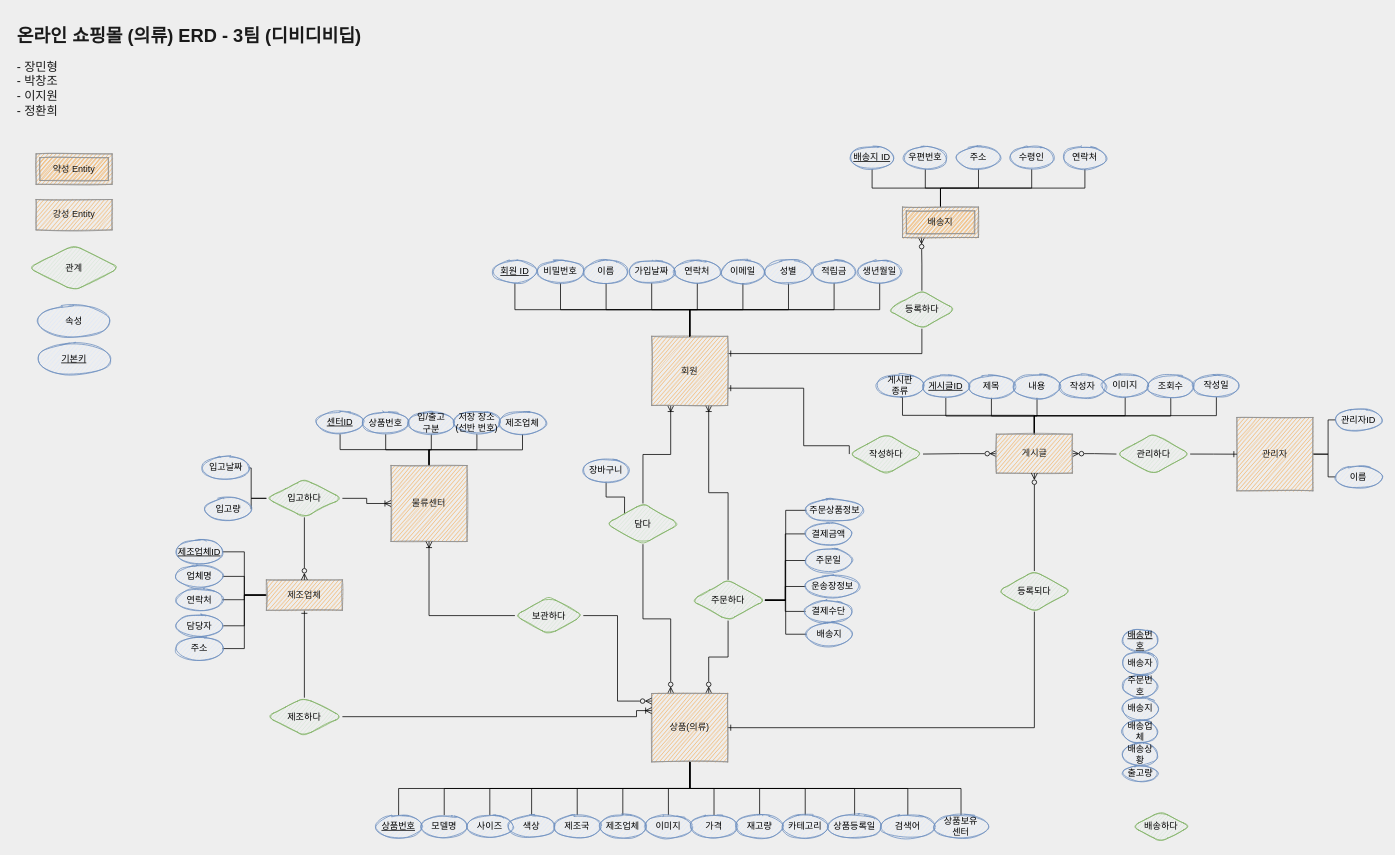
The draw.io diagram page "새로만든ER" (3 of 3) of Untitled Diagram.drawio in pcjo1202/DataBase-design, before the edit. Source tidied: cells renumbered, new cells numbered last; positions are measured from the earlier drawing's top-left corner, leaving out a move shared by most shapes. Both pictures are drawn from the tidied source at 76%, with x=0, y=0 at pixel (13, 21).
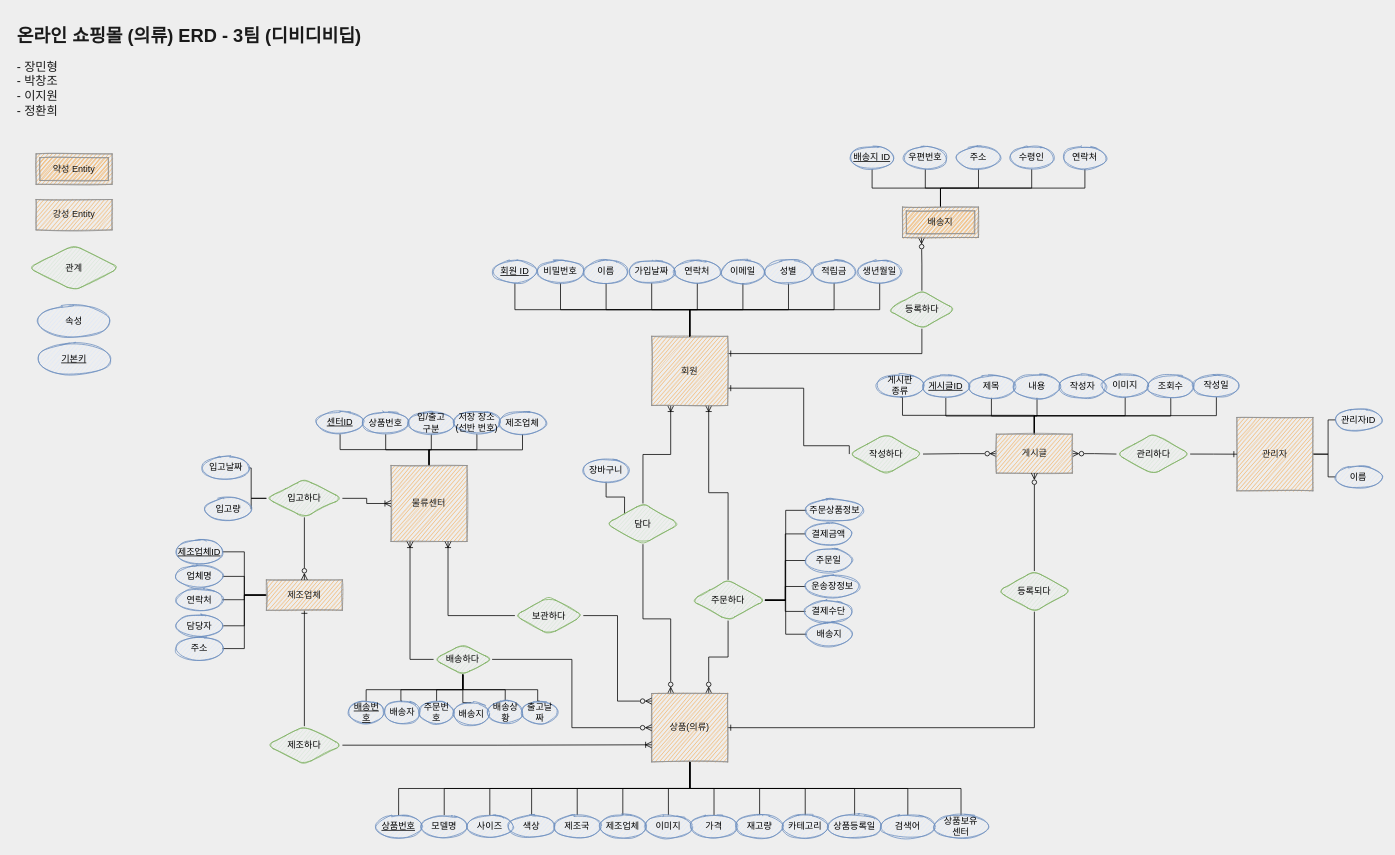
After the change.

Unchanged cells that the change refers to:
```xml
<mxCell id="45" value="상품(의류)" style="whiteSpace=wrap;html=1;align=center;rounded=0;sketch=1;fontColor=#1A1A1A;strokeColor=#909090;fillColor=#F5AB50;direction=west;" parent="1" vertex="1">
  <mxGeometry x="840" y="885" width="100" height="90" as="geometry" />
</mxCell>
<mxCell id="65" value="물류센터" style="whiteSpace=wrap;html=1;align=center;rounded=0;sketch=1;fontColor=#1A1A1A;strokeColor=#909090;fillColor=#F5AB50;" parent="1" vertex="1">
  <mxGeometry x="497" y="585" width="100" height="100" as="geometry" />
</mxCell>
<mxCell id="73" value="보관하다" style="shape=rhombus;perimeter=rhombusPerimeter;whiteSpace=wrap;html=1;align=center;fillColor=#d5e8d4;strokeColor=#82b366;sketch=1;rounded=1;" parent="1" vertex="1">
  <mxGeometry x="660" y="757.5" width="90" height="50" as="geometry" />
</mxCell>
```

Change to the diagram source:
```diff
@@
-    <mxCell id="71" style="edgeStyle=orthogonalEdgeStyle;jettySize=auto;html=1;exitX=0;exitY=0.5;exitDx=0;exitDy=0;entryX=0.5;entryY=1;entryDx=0;entryDy=0;endArrow=ERoneToMany;endFill=0;rounded=0;startArrow=none;startFill=0;" parent="1" edge="1" source="73" target="65">
+    <mxCell id="71" style="edgeStyle=orthogonalEdgeStyle;jettySize=auto;html=1;exitX=0;exitY=0.5;exitDx=0;exitDy=0;entryX=0.75;entryY=1;entryDx=0;entryDy=0;endArrow=ERoneToMany;endFill=0;rounded=0;startArrow=none;startFill=0;" parent="1" edge="1" source="73" target="65">
       <mxGeometry relative="1" as="geometry" />
     </mxCell>
@@
+    <mxCell id="163" style="edgeStyle=orthogonalEdgeStyle;rounded=0;jettySize=auto;html=1;exitX=0.5;exitY=1;exitDx=0;exitDy=0;entryX=0.5;entryY=0;entryDx=0;entryDy=0;startArrow=none;startFill=0;endArrow=none;endFill=0;" parent="1" edge="1" source="74" target="109">
+      <mxGeometry relative="1" as="geometry" />
+    </mxCell>
+    <mxCell id="164" style="edgeStyle=orthogonalEdgeStyle;rounded=0;jettySize=auto;html=1;exitX=0.5;exitY=1;exitDx=0;exitDy=0;entryX=0.5;entryY=0;entryDx=0;entryDy=0;startArrow=none;startFill=0;endArrow=none;endFill=0;" parent="1" edge="1" source="74" target="112">
+      <mxGeometry relative="1" as="geometry">
+        <Array as="points">
+          <mxPoint x="592" y="880" />
+          <mxPoint x="647" y="880" />
+          <mxPoint x="647" y="895" />
+        </Array>
+      </mxGeometry>
+    </mxCell>
+    <mxCell id="165" style="edgeStyle=orthogonalEdgeStyle;rounded=0;jettySize=auto;html=1;exitX=0.5;exitY=1;exitDx=0;exitDy=0;entryX=0.5;entryY=0;entryDx=0;entryDy=0;startArrow=none;startFill=0;endArrow=none;endFill=0;" parent="1" edge="1" source="74" target="171">
+      <mxGeometry relative="1" as="geometry">
+        <Array as="points">
+          <mxPoint x="592" y="880" />
+          <mxPoint x="690" y="880" />
+          <mxPoint x="690" y="895" />
+        </Array>
+      </mxGeometry>
+    </mxCell>
+    <mxCell id="166" style="edgeStyle=orthogonalEdgeStyle;rounded=0;jettySize=auto;html=1;exitX=0.5;exitY=1;exitDx=0;exitDy=0;entryX=0.5;entryY=0;entryDx=0;entryDy=0;startArrow=none;startFill=0;endArrow=none;endFill=0;" parent="1" edge="1" source="74" target="114">
+      <mxGeometry relative="1" as="geometry">
+        <Array as="points">
+          <mxPoint x="592" y="880" />
+          <mxPoint x="510" y="880" />
+          <mxPoint x="510" y="895" />
+        </Array>
+      </mxGeometry>
+    </mxCell>
+    <mxCell id="167" style="edgeStyle=orthogonalEdgeStyle;rounded=0;jettySize=auto;html=1;exitX=0.5;exitY=1;exitDx=0;exitDy=0;entryX=0.5;entryY=0;entryDx=0;entryDy=0;startArrow=none;startFill=0;endArrow=none;endFill=0;" parent="1" edge="1" source="74" target="108">
+      <mxGeometry relative="1" as="geometry">
+        <Array as="points">
+          <mxPoint x="592" y="880" />
+          <mxPoint x="464" y="880" />
+          <mxPoint x="464" y="895" />
+        </Array>
+      </mxGeometry>
+    </mxCell>
+    <mxCell id="168" style="edgeStyle=orthogonalEdgeStyle;rounded=0;jettySize=auto;html=1;exitX=1;exitY=0.5;exitDx=0;exitDy=0;entryX=1;entryY=0.5;entryDx=0;entryDy=0;startArrow=none;startFill=0;endArrow=ERzeroToMany;endFill=0;" parent="1" edge="1" source="74" target="45">
+      <mxGeometry relative="1" as="geometry" />
+    </mxCell>
+    <mxCell id="169" style="edgeStyle=orthogonalEdgeStyle;rounded=0;jettySize=auto;html=1;exitX=0;exitY=0.5;exitDx=0;exitDy=0;entryX=0.25;entryY=1;entryDx=0;entryDy=0;startArrow=none;startFill=0;endArrow=ERoneToMany;endFill=0;" parent="1" edge="1" source="74" target="65">
+      <mxGeometry relative="1" as="geometry" />
+    </mxCell>
     <mxCell id="74" value="배송하다" style="shape=rhombus;perimeter=rhombusPerimeter;whiteSpace=wrap;html=1;align=center;fillColor=#d5e8d4;strokeColor=#82b366;sketch=1;rounded=1;" parent="1" vertex="1">
-      <mxGeometry x="1471.5" y="1040.1" width="77" height="39.8" as="geometry" />
+      <mxGeometry x="553" y="820.2" width="77" height="39.8" as="geometry" />
     </mxCell>
@@
     <mxCell id="108" value="배송번호" style="ellipse;whiteSpace=wrap;html=1;align=center;fontStyle=4;rounded=0;sketch=1;strokeColor=#6c8ebf;fillColor=#dae8fc;" parent="1" vertex="1">
-      <mxGeometry x="1460" y="800.5" width="45.5" height="29.5" as="geometry" />
+      <mxGeometry x="441.5" y="895" width="45.5" height="29.5" as="geometry" />
     </mxCell>
     <mxCell id="109" value="주문번호" style="ellipse;whiteSpace=wrap;html=1;align=center;rounded=0;sketch=1;strokeColor=#6c8ebf;fillColor=#dae8fc;" parent="1" vertex="1">
-      <mxGeometry x="1460" y="860.5" width="45.5" height="29.5" as="geometry" />
+      <mxGeometry x="534.2" y="895" width="45.5" height="29.5" as="geometry" />
     </mxCell>
+    <mxCell id="170" style="edgeStyle=orthogonalEdgeStyle;rounded=0;jettySize=auto;html=1;exitX=0.5;exitY=0;exitDx=0;exitDy=0;entryX=0.5;entryY=1;entryDx=0;entryDy=0;startArrow=none;startFill=0;endArrow=none;endFill=0;" parent="1" edge="1" source="110" target="74">
+      <mxGeometry relative="1" as="geometry" />
+    </mxCell>
     <mxCell id="110" value="배송지" style="ellipse;whiteSpace=wrap;html=1;align=center;rounded=0;sketch=1;strokeColor=#6c8ebf;fillColor=#dae8fc;" parent="1" vertex="1">
-      <mxGeometry x="1460" y="890.5" width="45.5" height="29.5" as="geometry" />
+      <mxGeometry x="579.8" y="897" width="45.5" height="29.5" as="geometry" />
     </mxCell>
-    <mxCell id="111" value="배송업체" style="ellipse;whiteSpace=wrap;html=1;align=center;rounded=0;sketch=1;strokeColor=#6c8ebf;fillColor=#dae8fc;" parent="1" vertex="1">
-      <mxGeometry x="1460" y="920.5" width="45.5" height="29.5" as="geometry" />
-    </mxCell>
     <mxCell id="112" value="배송상황" style="ellipse;whiteSpace=wrap;html=1;align=center;rounded=0;sketch=1;strokeColor=#6c8ebf;fillColor=#dae8fc;" parent="1" vertex="1">
-      <mxGeometry x="1460" y="950.5" width="45.5" height="29.5" as="geometry" />
+      <mxGeometry x="624.5" y="895" width="45.5" height="29.5" as="geometry" />
     </mxCell>
-    <mxCell id="113" value="출고량" style="ellipse;whiteSpace=wrap;html=1;align=center;rounded=0;sketch=1;strokeColor=#6c8ebf;fillColor=#dae8fc;" parent="1" vertex="1">
-      <mxGeometry x="1460" y="980.5" width="45.5" height="19.5" as="geometry" />
-    </mxCell>
     <mxCell id="114" value="배송자" style="ellipse;whiteSpace=wrap;html=1;align=center;rounded=0;sketch=1;strokeColor=#6c8ebf;fillColor=#dae8fc;" parent="1" vertex="1">
-      <mxGeometry x="1460" y="830.5" width="45.5" height="29.5" as="geometry" />
+      <mxGeometry x="488.8" y="895" width="45.5" height="29.5" as="geometry" />
     </mxCell>
@@
-    <mxCell id="154" style="edgeStyle=orthogonalEdgeStyle;rounded=0;jettySize=auto;html=1;exitX=1;exitY=0.5;exitDx=0;exitDy=0;entryX=1;entryY=0.75;entryDx=0;entryDy=0;startArrow=none;startFill=0;endArrow=ERoneToMany;endFill=0;" parent="1" edge="1" source="155" target="45">
-      <mxGeometry relative="1" as="geometry">
-        <Array as="points">
-          <mxPoint x="433" y="915" />
-          <mxPoint x="820" y="915" />
-          <mxPoint x="820" y="907" />
-        </Array>
-      </mxGeometry>
+    <mxCell id="154" style="edgeStyle=orthogonalEdgeStyle;rounded=0;jettySize=auto;html=1;exitX=1;exitY=0.5;exitDx=0;exitDy=0;entryX=1;entryY=0.25;entryDx=0;entryDy=0;startArrow=none;startFill=0;endArrow=ERoneToMany;endFill=0;" parent="1" edge="1" source="155" target="45">
+      <mxGeometry relative="1" as="geometry" />
     </mxCell>
     <mxCell id="155" value="제조하다" style="shape=rhombus;perimeter=rhombusPerimeter;whiteSpace=wrap;html=1;align=center;fillColor=#d5e8d4;strokeColor=#82b366;sketch=1;rounded=1;" parent="1" vertex="1">
-      <mxGeometry x="333" y="890.5" width="100" height="50" as="geometry" />
+      <mxGeometry x="333" y="928" width="100" height="50" as="geometry" />
     </mxCell>
@@
+    <mxCell id="171" value="출고날짜" style="ellipse;whiteSpace=wrap;html=1;align=center;rounded=0;sketch=1;strokeColor=#6c8ebf;fillColor=#dae8fc;" parent="1" vertex="1">
+      <mxGeometry x="670" y="895" width="45.5" height="29.5" as="geometry" />
+    </mxCell>
```
